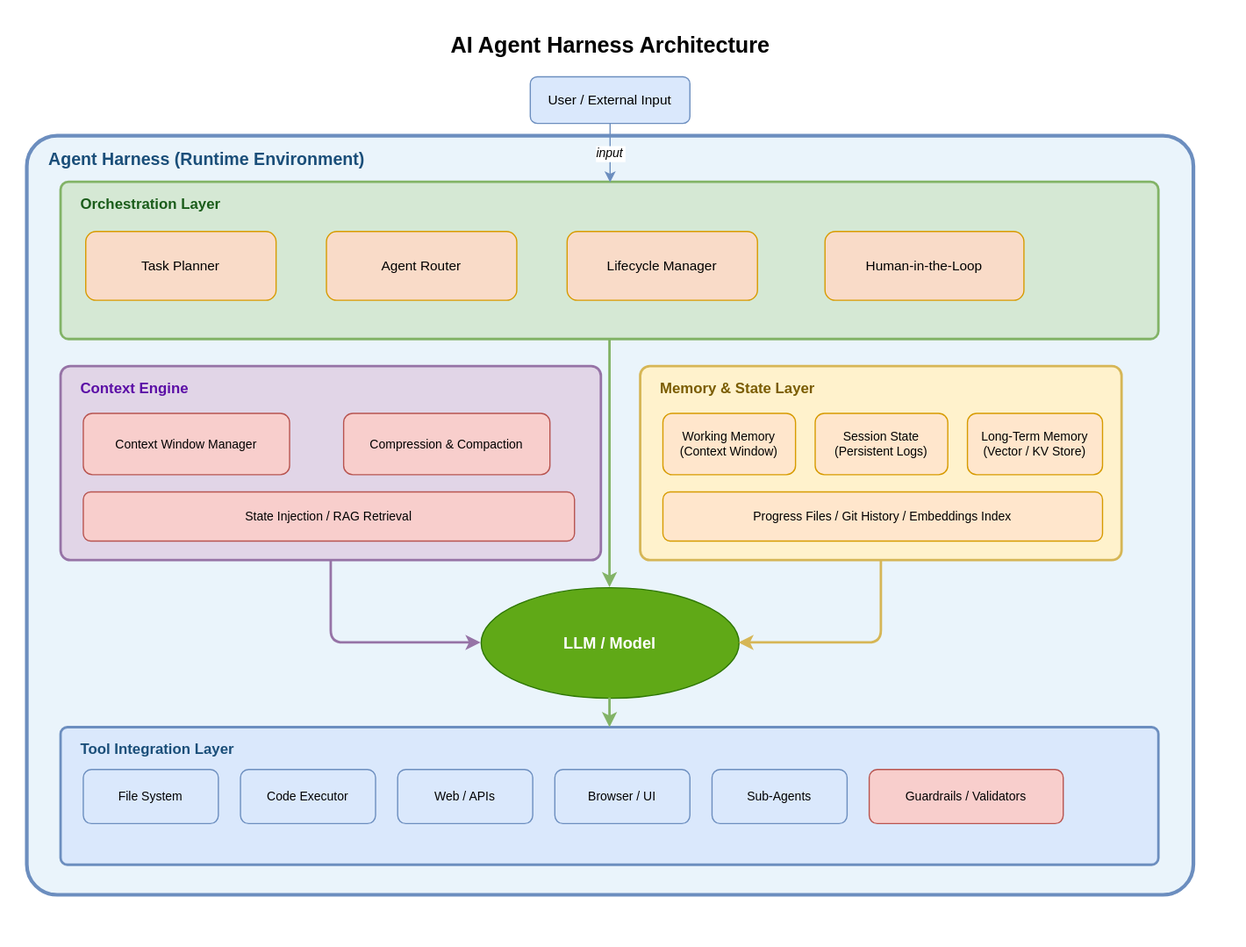
leandrob13/second-brain keeps this draw.io diagram as Agent_Engineering/diagrams/harness-architecture.drawio.svg. Above is the earlier version. Source tidied: cells renumbered, new cells last; positions are measured from the earlier drawing's top-left corner, leaving out a move shared by most shapes.
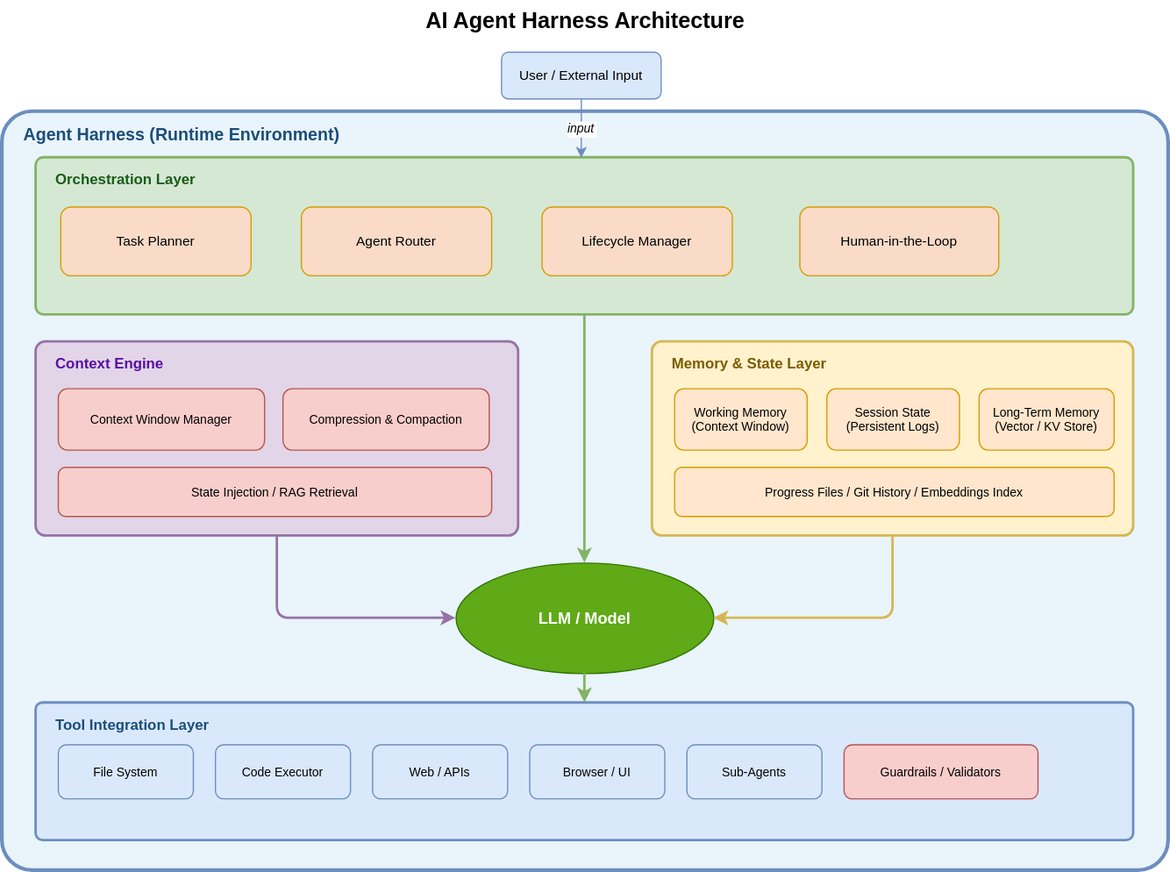
The same diagram one commit later.

The edit, as a diff of the source:
```diff
@@ -6,7 +6,7 @@
       <mxGeometry width="950" height="34" as="geometry" />
     </mxCell>
     <mxCell id="3" value="User / External Input" style="rounded=1;whiteSpace=wrap;html=1;fillColor=#dae8fc;strokeColor=#6c8ebf;fontSize=11;" parent="1" vertex="1">
-      <mxGeometry x="410" y="42" width="130" height="38" as="geometry" />
+      <mxGeometry x="407" y="42" width="130" height="38" as="geometry" />
     </mxCell>
     <mxCell id="4" style="rounded=1;whiteSpace=wrap;html=1;fillColor=#eaf4fb;strokeColor=#6c8ebf;strokeWidth=3;arcSize=4;" parent="1" vertex="1">
       <mxGeometry y="90" width="950" height="618" as="geometry" />
@@ -33,7 +33,7 @@
       <mxGeometry x="650" y="168" width="162" height="56" as="geometry" />
     </mxCell>
     <mxCell id="12" style="rounded=1;whiteSpace=wrap;html=1;fillColor=#e1d5e7;strokeColor=#9673a6;strokeWidth=2;arcSize=5;" parent="1" vertex="1">
-      <mxGeometry x="28" y="278" width="440" height="158" as="geometry" />
+      <mxGeometry x="28" y="278" width="393" height="158" as="geometry" />
     </mxCell>
     <mxCell id="13" value="Context Engine" style="text;html=1;strokeColor=none;fillColor=none;align=left;fontSize=12;fontStyle=1;fontColor=#5b0ea6;" parent="1" vertex="1">
       <mxGeometry x="42" y="282" width="180" height="20" as="geometry" />
@@ -42,28 +42,28 @@
       <mxGeometry x="46" y="316" width="168" height="50" as="geometry" />
     </mxCell>
     <mxCell id="15" value="Compression &amp; Compaction" style="rounded=1;whiteSpace=wrap;html=1;fillColor=#f8cecc;strokeColor=#b85450;fontSize=10;" parent="1" vertex="1">
-      <mxGeometry x="258" y="316" width="168" height="50" as="geometry" />
+      <mxGeometry x="229" y="316" width="168" height="50" as="geometry" />
     </mxCell>
     <mxCell id="16" value="State Injection / RAG Retrieval" style="rounded=1;whiteSpace=wrap;html=1;fillColor=#f8cecc;strokeColor=#b85450;fontSize=10;" parent="1" vertex="1">
-      <mxGeometry x="46" y="380" width="400" height="40" as="geometry" />
+      <mxGeometry x="46" y="380" width="353" height="40" as="geometry" />
     </mxCell>
     <mxCell id="17" style="rounded=1;whiteSpace=wrap;html=1;fillColor=#fff2cc;strokeColor=#d6b656;strokeWidth=2;arcSize=5;" parent="1" vertex="1">
-      <mxGeometry x="500" y="278" width="392" height="158" as="geometry" />
+      <mxGeometry x="530" y="278" width="392" height="158" as="geometry" />
     </mxCell>
     <mxCell id="18" value="Memory &amp; State Layer" style="text;html=1;strokeColor=none;fillColor=none;align=left;fontSize=12;fontStyle=1;fontColor=#7a5c00;" parent="1" vertex="1">
-      <mxGeometry x="514" y="282" width="220" height="20" as="geometry" />
+      <mxGeometry x="544" y="282" width="220" height="20" as="geometry" />
     </mxCell>
     <mxCell id="19" value="Working Memory&#10;(Context Window)" style="rounded=1;whiteSpace=wrap;html=1;fillColor=#ffe6cc;strokeColor=#d79b00;fontSize=10;" parent="1" vertex="1">
-      <mxGeometry x="518" y="316" width="108" height="50" as="geometry" />
+      <mxGeometry x="548" y="316" width="108" height="50" as="geometry" />
     </mxCell>
     <mxCell id="20" value="Session State&#10;(Persistent Logs)" style="rounded=1;whiteSpace=wrap;html=1;fillColor=#ffe6cc;strokeColor=#d79b00;fontSize=10;" parent="1" vertex="1">
-      <mxGeometry x="642" y="316" width="108" height="50" as="geometry" />
+      <mxGeometry x="672" y="316" width="108" height="50" as="geometry" />
     </mxCell>
     <mxCell id="21" value="Long-Term Memory&#10;(Vector / KV Store)" style="rounded=1;whiteSpace=wrap;html=1;fillColor=#ffe6cc;strokeColor=#d79b00;fontSize=10;" parent="1" vertex="1">
-      <mxGeometry x="766" y="316" width="110" height="50" as="geometry" />
+      <mxGeometry x="796" y="316" width="110" height="50" as="geometry" />
     </mxCell>
     <mxCell id="22" value="Progress Files / Git History / Embeddings Index" style="rounded=1;whiteSpace=wrap;html=1;fillColor=#ffe6cc;strokeColor=#d79b00;fontSize=10;" parent="1" vertex="1">
-      <mxGeometry x="518" y="380" width="358" height="40" as="geometry" />
+      <mxGeometry x="548" y="380" width="358" height="40" as="geometry" />
     </mxCell>
     <mxCell id="23" value="LLM / Model" style="ellipse;whiteSpace=wrap;html=1;fillColor=#60a917;fontColor=#ffffff;strokeColor=#2D7600;fontSize=13;fontStyle=1;" parent="1" vertex="1">
       <mxGeometry x="370" y="458" width="210" height="90" as="geometry" />
@@ -92,8 +92,11 @@
     <mxCell id="31" value="Guardrails / Validators" style="rounded=1;whiteSpace=wrap;html=1;fontSize=10;fillColor=#f8cecc;strokeColor=#b85450;" parent="1" vertex="1">
       <mxGeometry x="686" y="606" width="158" height="44" as="geometry" />
     </mxCell>
-    <mxCell id="32" value="input" style="edgeStyle=orthogonalEdgeStyle;rounded=1;strokeColor=#6c8ebf;fontStyle=2;fontSize=10;exitX=0.5;exitY=1;exitDx=0;exitDy=0;entryX=0.5;entryY=0;entryDx=0;entryDy=0;" parent="1" edge="1" source="3" target="6">
-      <mxGeometry relative="1" as="geometry" />
+    <mxCell id="32" value="input" style="edgeStyle=orthogonalEdgeStyle;rounded=1;strokeColor=#6c8ebf;fontStyle=2;fontSize=10;exitX=0.5;exitY=1;exitDx=0;exitDy=0;entryX=0.5;entryY=0;entryDx=0;entryDy=0;" parent="1" edge="1">
+      <mxGeometry relative="1" as="geometry">
+        <mxPoint x="472" y="80" as="sourcePoint" />
+        <mxPoint x="472" y="128" as="targetPoint" />
+      </mxGeometry>
     </mxCell>
     <mxCell id="33" style="edgeStyle=orthogonalEdgeStyle;rounded=1;strokeColor=#82b366;strokeWidth=2;exitX=0.5;exitY=1;exitDx=0;exitDy=0;entryX=0.5;entryY=0;entryDx=0;entryDy=0;" parent="1" edge="1" source="6" target="23">
       <mxGeometry relative="1" as="geometry" />
@@ -101,14 +104,14 @@
     <mxCell id="34" style="edgeStyle=orthogonalEdgeStyle;rounded=1;strokeColor=#9673a6;strokeWidth=2;exitX=0.5;exitY=1;exitDx=0;exitDy=0;entryX=0;entryY=0.5;entryDx=0;entryDy=0;" parent="1" edge="1" source="12" target="23">
       <mxGeometry relative="1" as="geometry">
         <Array as="points">
-          <mxPoint x="248" y="503" />
+          <mxPoint x="225" y="503" />
         </Array>
       </mxGeometry>
     </mxCell>
     <mxCell id="35" style="edgeStyle=orthogonalEdgeStyle;rounded=1;strokeColor=#d6b656;strokeWidth=2;exitX=0.5;exitY=1;exitDx=0;exitDy=0;entryX=1;entryY=0.5;entryDx=0;entryDy=0;" parent="1" edge="1" source="17" target="23">
       <mxGeometry relative="1" as="geometry">
         <Array as="points">
-          <mxPoint x="696" y="503" />
+          <mxPoint x="726" y="503" />
         </Array>
       </mxGeometry>
     </mxCell>
```
